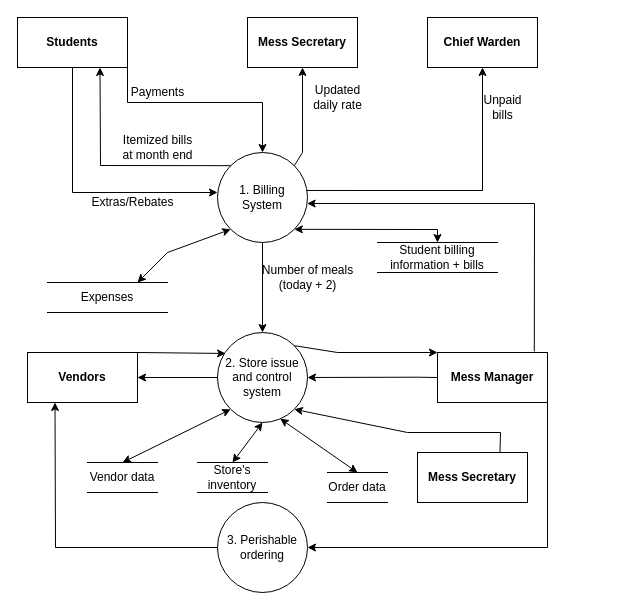
Before: Hostel mess DFD.drawio in sakibarifin/Diagrams, a draw.io diagram. Source tidied: cells renumbered, new cells numbered last; positions are measured from the earlier drawing's top-left corner, leaving out a move shared by most shapes. Both pictures are drawn from the tidied source at 100%, with x=0, y=0 at pixel (17, 17).
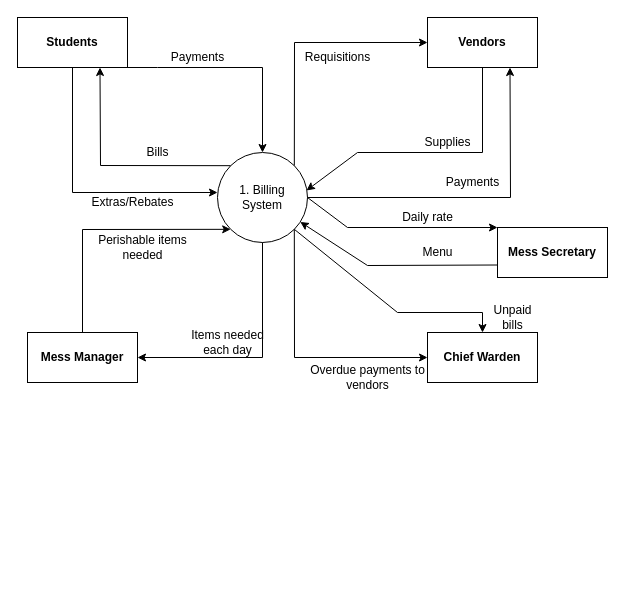
The same diagram, later.

The change refers to these unchanged cells:
```xml
<mxCell id="2" value="Students" style="rounded=0;whiteSpace=wrap;html=1;fontStyle=1;" parent="1" vertex="1">
  <mxGeometry width="110" height="50" as="geometry" />
</mxCell>
<mxCell id="5" value="1. Billing System" style="ellipse;whiteSpace=wrap;html=1;" parent="1" vertex="1">
  <mxGeometry x="200" y="135" width="90" height="90" as="geometry" />
</mxCell>
```

Change to the diagram source:
```diff
@@
-    <mxCell id="3" value="&lt;b&gt;Mess Secretary&lt;/b&gt;" style="rounded=0;whiteSpace=wrap;html=1;" parent="1" vertex="1">
-      <mxGeometry x="230" width="110" height="50" as="geometry" />
-    </mxCell>
-    <mxCell id="4" value="&lt;b&gt;Chief Warden&lt;/b&gt;" style="rounded=0;whiteSpace=wrap;html=1;" parent="1" vertex="1">
+    <mxCell id="4" value="&lt;b&gt;Vendors&lt;/b&gt;" style="rounded=0;whiteSpace=wrap;html=1;" parent="1" vertex="1">
       <mxGeometry x="410" width="110" height="50" as="geometry" />
     </mxCell>
+    <mxCell id="41" style="edgeStyle=orthogonalEdgeStyle;rounded=0;jettySize=auto;html=1;exitX=1;exitY=1;exitDx=0;exitDy=0;startArrow=none;startFill=0;endArrow=classic;endFill=1;" parent="1" edge="1" source="5">
+      <mxGeometry relative="1" as="geometry">
+        <mxPoint x="277" y="212" as="targetPoint" />
+      </mxGeometry>
+    </mxCell>
@@
     <mxCell id="8" style="endArrow=classic;html=1;rounded=0;exitX=1;exitY=1;exitDx=0;exitDy=0;entryX=0.5;entryY=0;entryDx=0;entryDy=0;" parent="1" edge="1" source="2" target="5">
       <mxGeometry relative="1" as="geometry">
         <Array as="points">
-          <mxPoint x="110" y="85" />
-          <mxPoint x="245" y="85" />
+          <mxPoint x="140" y="50" />
+          <mxPoint x="245" y="50" />
         </Array>
       </mxGeometry>
     </mxCell>
-    <mxCell id="9" style="endArrow=classic;html=1;rounded=0;entryX=0.5;entryY=1;entryDx=0;entryDy=0;exitX=1;exitY=0;exitDx=0;exitDy=0;" parent="1" edge="1" source="5" target="3">
+    <mxCell id="9" style="endArrow=classic;html=1;rounded=0;entryX=0;entryY=0.5;entryDx=0;entryDy=0;exitX=1;exitY=0;exitDx=0;exitDy=0;" parent="1" edge="1" source="5" target="4">
       <mxGeometry relative="1" as="geometry">
         <Array as="points">
-          <mxPoint x="285" y="135" />
+          <mxPoint x="277" y="25" />
         </Array>
       </mxGeometry>
     </mxCell>
-    <mxCell id="10" style="endArrow=classic;html=1;rounded=0;exitX=0.989;exitY=0.422;exitDx=0;exitDy=0;exitPerimeter=0;entryX=0.5;entryY=1;entryDx=0;entryDy=0;" parent="1" edge="1" source="5" target="4">
+    <mxCell id="10" style="endArrow=none;html=1;rounded=0;exitX=0.989;exitY=0.422;exitDx=0;exitDy=0;exitPerimeter=0;entryX=0.5;entryY=1;entryDx=0;entryDy=0;endFill=0;startArrow=classic;startFill=1;" parent="1" edge="1" source="5" target="4">
       <mxGeometry relative="1" as="geometry">
         <Array as="points">
-          <mxPoint x="465" y="173" />
+          <mxPoint x="340" y="135" />
+          <mxPoint x="465" y="135" />
         </Array>
       </mxGeometry>
     </mxCell>
@@
-    <mxCell id="12" value="Expenses" style="shape=partialRectangle;whiteSpace=wrap;html=1;left=0;right=0;fillColor=none;" parent="1" vertex="1">
-      <mxGeometry x="30" y="265" width="120" height="30" as="geometry" />
-    </mxCell>
-    <mxCell id="13" value="Student billing information + bills" style="shape=partialRectangle;whiteSpace=wrap;html=1;left=0;right=0;fillColor=none;" parent="1" vertex="1">
-      <mxGeometry x="360" y="225" width="120" height="30" as="geometry" />
-    </mxCell>
-    <mxCell id="14" style="endArrow=classic;startArrow=classic;html=1;rounded=0;exitX=1;exitY=1;exitDx=0;exitDy=0;entryX=0.5;entryY=0;entryDx=0;entryDy=0;" parent="1" edge="1" source="5" target="13">
-      <mxGeometry relative="1" as="geometry">
-        <Array as="points">
-          <mxPoint x="420" y="212" />
-        </Array>
-      </mxGeometry>
-    </mxCell>
-    <mxCell id="15" style="endArrow=classic;startArrow=classic;html=1;rounded=0;entryX=0;entryY=1;entryDx=0;entryDy=0;exitX=0.75;exitY=0;exitDx=0;exitDy=0;" parent="1" edge="1" source="12" target="5">
-      <mxGeometry relative="1" as="geometry">
-        <Array as="points">
-          <mxPoint x="150" y="235" />
-        </Array>
-      </mxGeometry>
-    </mxCell>
-    <mxCell id="16" value="2. Store issue and control system" style="ellipse;whiteSpace=wrap;html=1;" parent="1" vertex="1">
-      <mxGeometry x="200" y="315" width="90" height="90" as="geometry" />
-    </mxCell>
     <mxCell id="17" value="Payments" style="text;html=1;align=center;verticalAlign=middle;strokeColor=none;fillColor=none;" parent="1" vertex="1">
-      <mxGeometry x="110" y="65" width="60" height="20" as="geometry" />
+      <mxGeometry x="150" y="30" width="60" height="20" as="geometry" />
     </mxCell>
-    <mxCell id="18" value="Itemized bills &lt;br&gt;at month end" style="text;html=1;align=center;verticalAlign=middle;strokeColor=none;fillColor=none;" parent="1" vertex="1">
-      <mxGeometry x="100" y="115" width="80" height="30" as="geometry" />
+    <mxCell id="18" value="Bills" style="text;html=1;align=center;verticalAlign=middle;strokeColor=none;fillColor=none;" parent="1" vertex="1">
+      <mxGeometry x="120" y="125" width="40" height="20" as="geometry" />
     </mxCell>
-    <mxCell id="19" value="Updated &lt;br&gt;daily rate" style="text;html=1;align=center;verticalAlign=middle;strokeColor=none;fillColor=none;" parent="1" vertex="1">
-      <mxGeometry x="290" y="65" width="60" height="30" as="geometry" />
+    <mxCell id="19" value="Requisitions" style="text;html=1;align=center;verticalAlign=middle;strokeColor=none;fillColor=none;" parent="1" vertex="1">
+      <mxGeometry x="280" y="30" width="80" height="20" as="geometry" />
     </mxCell>
     <mxCell id="20" value="Unpaid &lt;br&gt;bills" style="text;html=1;align=center;verticalAlign=middle;strokeColor=none;fillColor=none;" parent="1" vertex="1">
-      <mxGeometry x="460" y="75" width="50" height="30" as="geometry" />
+      <mxGeometry x="470" y="285" width="50" height="30" as="geometry" />
     </mxCell>
-    <mxCell id="21" value="Vendors" style="rounded=0;whiteSpace=wrap;html=1;fontStyle=1;" parent="1" vertex="1">
-      <mxGeometry x="10" y="335" width="110" height="50" as="geometry" />
-    </mxCell>
+    <mxCell id="25" style="endArrow=classic;html=1;rounded=0;entryX=0;entryY=0;entryDx=0;entryDy=0;exitX=1;exitY=0.5;exitDx=0;exitDy=0;" parent="1" edge="1" source="5" target="23">
+      <mxGeometry relative="1" as="geometry">
+        <Array as="points">
+          <mxPoint x="330" y="210" />
+        </Array>
+      </mxGeometry>
+    </mxCell>
     <mxCell id="22" value="Mess Manager" style="rounded=0;whiteSpace=wrap;html=1;fontStyle=1;" parent="1" vertex="1">
-      <mxGeometry x="420" y="335" width="110" height="50" as="geometry" />
+      <mxGeometry x="10" y="315" width="110" height="50" as="geometry" />
     </mxCell>
     <mxCell id="23" value="Mess Secretary" style="rounded=0;whiteSpace=wrap;html=1;fontStyle=1;" parent="1" vertex="1">
-      <mxGeometry x="400" y="435" width="110" height="50" as="geometry" />
+      <mxGeometry x="480" y="210" width="110" height="50" as="geometry" />
     </mxCell>
-    <mxCell id="24" value="3. Perishable ordering" style="ellipse;whiteSpace=wrap;html=1;" parent="1" vertex="1">
-      <mxGeometry x="200" y="485" width="90" height="90" as="geometry" />
-    </mxCell>
-    <mxCell id="25" style="endArrow=classic;html=1;rounded=0;entryX=0.5;entryY=0;entryDx=0;entryDy=0;exitX=0.5;exitY=1;exitDx=0;exitDy=0;" parent="1" edge="1" source="5" target="16">
-      <mxGeometry relative="1" as="geometry" />
-    </mxCell>
-    <mxCell id="26" style="endArrow=classic;html=1;rounded=0;exitX=1;exitY=0;exitDx=0;exitDy=0;entryX=0.09;entryY=0.233;entryDx=0;entryDy=0;entryPerimeter=0;" parent="1" edge="1" source="21" target="16">
-      <mxGeometry relative="1" as="geometry" />
-    </mxCell>
-    <mxCell id="27" style="endArrow=classic;html=1;rounded=0;entryX=1;entryY=0.5;entryDx=0;entryDy=0;exitX=0;exitY=0.5;exitDx=0;exitDy=0;" parent="1" edge="1" source="16" target="21">
-      <mxGeometry relative="1" as="geometry" />
-    </mxCell>
-    <mxCell id="28" style="endArrow=classic;html=1;rounded=0;entryX=0;entryY=0;entryDx=0;entryDy=0;exitX=1;exitY=0;exitDx=0;exitDy=0;" parent="1" edge="1" source="16" target="22">
-      <mxGeometry relative="1" as="geometry">
-        <Array as="points">
-          <mxPoint x="320" y="335" />
-        </Array>
-      </mxGeometry>
-    </mxCell>
-    <mxCell id="29" style="endArrow=classic;html=1;rounded=0;exitX=0;exitY=0.5;exitDx=0;exitDy=0;" parent="1" edge="1" source="22">
-      <mxGeometry relative="1" as="geometry">
-        <mxPoint x="290" y="360" as="targetPoint" />
-        <Array as="points">
-          <mxPoint x="400" y="359.7" />
-        </Array>
-      </mxGeometry>
-    </mxCell>
-    <mxCell id="30" value="Number of meals &lt;br&gt;(today + 2)" style="text;html=1;align=center;verticalAlign=middle;strokeColor=none;fillColor=none;" parent="1" vertex="1">
-      <mxGeometry x="240" y="245" width="100" height="30" as="geometry" />
-    </mxCell>
+    <mxCell id="42" value="&lt;b&gt;Chief Warden&lt;/b&gt;" style="rounded=0;whiteSpace=wrap;html=1;" parent="1" vertex="1">
+      <mxGeometry x="410" y="315" width="110" height="50" as="geometry" />
+    </mxCell>
+    <mxCell id="43" value="Supplies" style="text;html=1;align=center;verticalAlign=middle;strokeColor=none;fillColor=none;" parent="1" vertex="1">
+      <mxGeometry x="400" y="115" width="60" height="20" as="geometry" />
+    </mxCell>
+    <mxCell id="44" style="endArrow=none;html=1;rounded=0;exitX=0.75;exitY=1;exitDx=0;exitDy=0;entryX=1;entryY=0.5;entryDx=0;entryDy=0;startArrow=classic;startFill=1;endFill=0;" parent="1" edge="1" source="4" target="5">
+      <mxGeometry relative="1" as="geometry">
+        <Array as="points">
+          <mxPoint x="493" y="180" />
+        </Array>
+      </mxGeometry>
+    </mxCell>
+    <mxCell id="45" value="Payments" style="text;html=1;align=center;verticalAlign=middle;strokeColor=none;fillColor=none;" parent="1" vertex="1">
+      <mxGeometry x="425" y="155" width="60" height="20" as="geometry" />
+    </mxCell>
+    <mxCell id="46" style="endArrow=classic;html=1;rounded=0;entryX=0.5;entryY=0;entryDx=0;entryDy=0;exitX=1;exitY=1;exitDx=0;exitDy=0;" parent="1" edge="1" source="5" target="42">
+      <mxGeometry relative="1" as="geometry">
+        <Array as="points">
+          <mxPoint x="380" y="295" />
+          <mxPoint x="465" y="295" />
+        </Array>
+      </mxGeometry>
+    </mxCell>
+    <mxCell id="47" style="endArrow=classic;html=1;rounded=0;exitX=1;exitY=1;exitDx=0;exitDy=0;entryX=0;entryY=0.5;entryDx=0;entryDy=0;" parent="1" edge="1" source="5" target="42">
+      <mxGeometry relative="1" as="geometry">
+        <Array as="points">
+          <mxPoint x="277" y="340" />
+        </Array>
+      </mxGeometry>
+    </mxCell>
+    <mxCell id="48" value="Overdue payments to &lt;br&gt;vendors" style="text;html=1;align=center;verticalAlign=middle;strokeColor=none;fillColor=none;" parent="1" vertex="1">
+      <mxGeometry x="290" y="345" width="120" height="30" as="geometry" />
+    </mxCell>
+    <mxCell id="49" value="Daily rate" style="text;html=1;align=center;verticalAlign=middle;strokeColor=none;fillColor=none;" parent="1" vertex="1">
+      <mxGeometry x="380" y="190" width="60" height="20" as="geometry" />
+    </mxCell>
+    <mxCell id="50" style="endArrow=classic;html=1;rounded=0;exitX=0;exitY=0.75;exitDx=0;exitDy=0;" parent="1" edge="1" source="23" target="5">
+      <mxGeometry relative="1" as="geometry">
+        <Array as="points">
+          <mxPoint x="350" y="248" />
+        </Array>
+      </mxGeometry>
+    </mxCell>
+    <mxCell id="51" value="Menu" style="text;html=1;align=center;verticalAlign=middle;strokeColor=none;fillColor=none;" parent="1" vertex="1">
+      <mxGeometry x="400" y="225" width="40" height="20" as="geometry" />
+    </mxCell>
+    <mxCell id="52" style="endArrow=classic;html=1;rounded=0;entryX=1;entryY=0.5;entryDx=0;entryDy=0;exitX=0.5;exitY=1;exitDx=0;exitDy=0;" parent="1" edge="1" source="5" target="22">
+      <mxGeometry relative="1" as="geometry">
+        <Array as="points">
+          <mxPoint x="245" y="340" />
+        </Array>
+      </mxGeometry>
+    </mxCell>
-    <mxCell id="31" style="endArrow=classic;html=1;rounded=0;exitX=0.88;exitY=-0.021;exitDx=0;exitDy=0;exitPerimeter=0;entryX=0.996;entryY=0.567;entryDx=0;entryDy=0;entryPerimeter=0;" parent="1" edge="1" source="22" target="5">
+    <mxCell id="31" style="endArrow=classic;html=1;rounded=0;entryX=0;entryY=1;entryDx=0;entryDy=0;exitX=0.5;exitY=0;exitDx=0;exitDy=0;" parent="1" edge="1" source="22" target="5">
       <mxGeometry relative="1" as="geometry">
         <Array as="points">
-          <mxPoint x="517" y="186" />
+          <mxPoint x="65" y="212" />
         </Array>
       </mxGeometry>
     </mxCell>
-    <mxCell id="32" style="endArrow=classic;html=1;rounded=0;entryX=0.25;entryY=1;entryDx=0;entryDy=0;exitX=0;exitY=0.5;exitDx=0;exitDy=0;" parent="1" edge="1" source="24" target="21">
-      <mxGeometry relative="1" as="geometry">
-        <Array as="points">
-          <mxPoint x="38" y="530" />
-        </Array>
-      </mxGeometry>
-    </mxCell>
-    <mxCell id="33" style="endArrow=classic;html=1;rounded=0;exitX=1;exitY=1;exitDx=0;exitDy=0;entryX=1;entryY=0.5;entryDx=0;entryDy=0;" parent="1" edge="1" source="22" target="24">
-      <mxGeometry relative="1" as="geometry">
-        <Array as="points">
-          <mxPoint x="530" y="530" />
-        </Array>
-      </mxGeometry>
-    </mxCell>
-    <mxCell id="34" style="endArrow=classic;html=1;rounded=0;exitX=0.75;exitY=0;exitDx=0;exitDy=0;entryX=1;entryY=1;entryDx=0;entryDy=0;" parent="1" edge="1" source="23" target="16">
-      <mxGeometry relative="1" as="geometry">
-        <Array as="points">
-          <mxPoint x="483" y="415" />
-          <mxPoint x="390" y="415" />
-        </Array>
-      </mxGeometry>
-    </mxCell>
-    <mxCell id="35" value="Vendor data" style="shape=partialRectangle;whiteSpace=wrap;html=1;left=0;right=0;fillColor=none;" parent="1" vertex="1">
-      <mxGeometry x="70" y="445" width="70" height="30" as="geometry" />
-    </mxCell>
-    <mxCell id="36" value="Store's inventory" style="shape=partialRectangle;whiteSpace=wrap;html=1;left=0;right=0;fillColor=none;" parent="1" vertex="1">
-      <mxGeometry x="180" y="445" width="70" height="30" as="geometry" />
-    </mxCell>
-    <mxCell id="37" value="Order data" style="shape=partialRectangle;whiteSpace=wrap;html=1;left=0;right=0;fillColor=none;" parent="1" vertex="1">
-      <mxGeometry x="310" y="455" width="60" height="30" as="geometry" />
-    </mxCell>
-    <mxCell id="38" style="endArrow=classic;html=1;rounded=0;entryX=0;entryY=1;entryDx=0;entryDy=0;exitX=0.5;exitY=0;exitDx=0;exitDy=0;startArrow=classic;startFill=1;" parent="1" edge="1" source="35" target="16">
-      <mxGeometry relative="1" as="geometry" />
-    </mxCell>
-    <mxCell id="39" style="endArrow=classic;html=1;rounded=0;exitX=0.5;exitY=0;exitDx=0;exitDy=0;entryX=0.5;entryY=1;entryDx=0;entryDy=0;startArrow=classic;startFill=1;" parent="1" edge="1" source="36" target="16">
-      <mxGeometry relative="1" as="geometry" />
-    </mxCell>
-    <mxCell id="40" style="endArrow=classic;html=1;rounded=0;exitX=0.5;exitY=0;exitDx=0;exitDy=0;entryX=0.697;entryY=0.958;entryDx=0;entryDy=0;startArrow=classic;startFill=1;entryPerimeter=0;" parent="1" edge="1" source="37" target="16">
-      <mxGeometry relative="1" as="geometry" />
-    </mxCell>
+    <mxCell id="53" value="Perishable items &lt;br&gt;needed" style="text;html=1;align=center;verticalAlign=middle;strokeColor=none;fillColor=none;" parent="1" vertex="1">
+      <mxGeometry x="80" y="215" width="90" height="30" as="geometry" />
+    </mxCell>
+    <mxCell id="54" value="Items needed &lt;br&gt;each day" style="text;html=1;align=center;verticalAlign=middle;strokeColor=none;fillColor=none;" parent="1" vertex="1">
+      <mxGeometry x="170" y="310" width="80" height="30" as="geometry" />
+    </mxCell>
```
